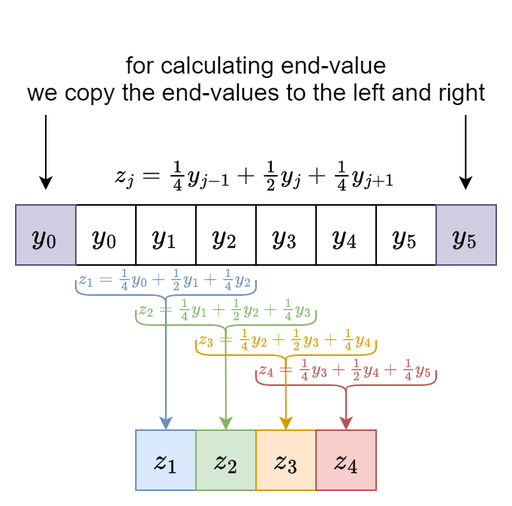
The draw.io diagram img-resources/hanning.png in LugoBlogger/ST-201-415-introduction-to-data-science, before a commit. Source tidied: cells renumbered, new cells last; positions are measured from the earlier drawing's top-left corner, leaving out a move shared by most shapes.
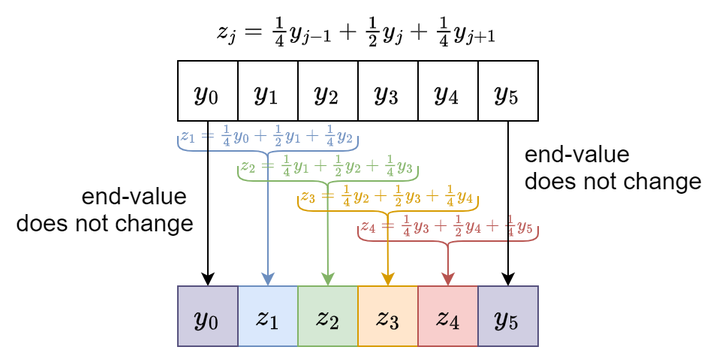
The same file after the commit.

The edit, as a diff of the source:
```diff
@@ -75,26 +75,23 @@
     <mxCell id="24" value="\(&lt;br style=&quot;font-size: 14px;&quot;&gt;&amp;nbsp; z_j = \frac{1}{4} y_{j-1} + \frac{1}{2} y_j + \frac{1}{4} y_{j+1}&lt;br style=&quot;font-size: 14px;&quot;&gt;\)" style="text;html=1;align=center;verticalAlign=middle;whiteSpace=wrap;rounded=0;fontSize=14;fontColor=#000000;" parent="1" vertex="1">
       <mxGeometry x="100" y="70" width="120" height="20" as="geometry" />
     </mxCell>
-    <mxCell id="25" value="&lt;font style=&quot;font-size: 16px;&quot;&gt;\(y_0\)&lt;/font&gt;" style="rounded=0;whiteSpace=wrap;html=1;fillColor=#d0cee2;strokeColor=#56517e;" parent="1" vertex="1">
-      <mxGeometry y="100" width="40" height="40" as="geometry" />
+    <mxCell id="25" style="endArrow=classic;html=1;rounded=0;exitX=0.5;exitY=1;exitDx=0;exitDy=0;entryX=0.5;entryY=0;entryDx=0;entryDy=0;" parent="1" edge="1" source="4" target="27">
+      <mxGeometry relative="1" as="geometry" />
     </mxCell>
-    <mxCell id="26" value="&lt;font style=&quot;font-size: 16px;&quot;&gt;\(y_5\)&lt;/font&gt;" style="rounded=0;whiteSpace=wrap;html=1;fillColor=#d0cee2;strokeColor=#56517e;" parent="1" vertex="1">
-      <mxGeometry x="280" y="100" width="40" height="40" as="geometry" />
+    <mxCell id="26" value="&lt;p style=&quot;line-height: 60%;&quot;&gt;&lt;/p&gt;&lt;div style=&quot;text-align: left; line-height: 60%;&quot;&gt;&lt;span style=&quot;font-size: 16px; font-weight: 400;&quot;&gt;end-value&amp;nbsp;&lt;/span&gt;&lt;/div&gt;&lt;div style=&quot;text-align: left; line-height: 60%;&quot;&gt;&lt;span style=&quot;font-size: 16px; font-weight: 400;&quot;&gt;does not change&lt;/span&gt;&lt;/div&gt;&lt;p&gt;&lt;/p&gt;" style="text;strokeColor=none;fillColor=none;html=1;fontSize=24;fontStyle=1;verticalAlign=middle;align=center;spacing=0;" parent="1" vertex="1">
+      <mxGeometry x="290" y="152.5" width="80" height="35" as="geometry" />
     </mxCell>
-    <mxCell id="27" style="endArrow=classic;html=1;rounded=0;" parent="1" edge="1">
-      <mxGeometry relative="1" as="geometry">
-        <mxPoint x="20" y="40" as="sourcePoint" />
-        <mxPoint x="20" y="90" as="targetPoint" />
-      </mxGeometry>
+    <mxCell id="27" value="&lt;font style=&quot;font-size: 16px;&quot;&gt;\(y_0\)&lt;/font&gt;" style="rounded=0;whiteSpace=wrap;html=1;fillColor=#d0cee2;strokeColor=#56517e;" parent="1" vertex="1">
+      <mxGeometry x="40" y="250" width="40" height="40" as="geometry" />
     </mxCell>
-    <mxCell id="28" value="&lt;p style=&quot;line-height: 60%;&quot;&gt;&lt;span style=&quot;font-size: 16px; font-weight: 400;&quot;&gt;for calculating end-value&lt;br&gt;we copy the end-values to the left and right&lt;br&gt;&lt;/span&gt;&lt;/p&gt;" style="text;strokeColor=none;fillColor=none;html=1;fontSize=24;fontStyle=1;verticalAlign=middle;align=center;spacing=0;" parent="1" vertex="1">
-      <mxGeometry x="120" width="80" height="30" as="geometry" />
+    <mxCell id="28" value="&lt;font style=&quot;font-size: 16px;&quot;&gt;\(y_5\)&lt;/font&gt;" style="rounded=0;whiteSpace=wrap;html=1;fillColor=#d0cee2;strokeColor=#56517e;" parent="1" vertex="1">
+      <mxGeometry x="240" y="250" width="40" height="40" as="geometry" />
     </mxCell>
-    <mxCell id="29" style="endArrow=classic;html=1;rounded=0;" parent="1" edge="1">
-      <mxGeometry relative="1" as="geometry">
-        <mxPoint x="299.7" y="40" as="sourcePoint" />
-        <mxPoint x="299.7" y="90" as="targetPoint" />
-      </mxGeometry>
+    <mxCell id="29" style="endArrow=classic;html=1;rounded=0;exitX=0.5;exitY=1;exitDx=0;exitDy=0;entryX=0.5;entryY=0;entryDx=0;entryDy=0;" parent="1" edge="1" source="9" target="28">
+      <mxGeometry relative="1" as="geometry" />
     </mxCell>
+    <mxCell id="30" value="&lt;p style=&quot;line-height: 60%;&quot;&gt;&lt;/p&gt;&lt;div style=&quot;line-height: 60%;&quot;&gt;&lt;span style=&quot;font-size: 16px; font-weight: 400;&quot;&gt;end-value&amp;nbsp;&lt;/span&gt;&lt;/div&gt;&lt;div style=&quot;line-height: 60%;&quot;&gt;&lt;span style=&quot;font-size: 16px; font-weight: 400;&quot;&gt;does not change&lt;/span&gt;&lt;/div&gt;&lt;p&gt;&lt;/p&gt;" style="text;strokeColor=none;fillColor=none;html=1;fontSize=24;fontStyle=1;verticalAlign=middle;align=right;spacing=0;" parent="1" vertex="1">
+      <mxGeometry x="-30" y="180" width="80" height="35" as="geometry" />
+    </mxCell>
   </root>
 </mxGraphModel>
```
